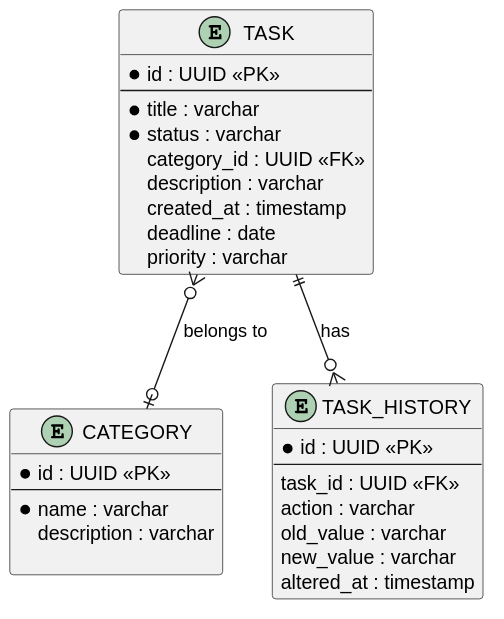
The PlantUML diagram docs/diagrams/images/er-diagram.svg in KeillaV/task-manager-api, before a commit.
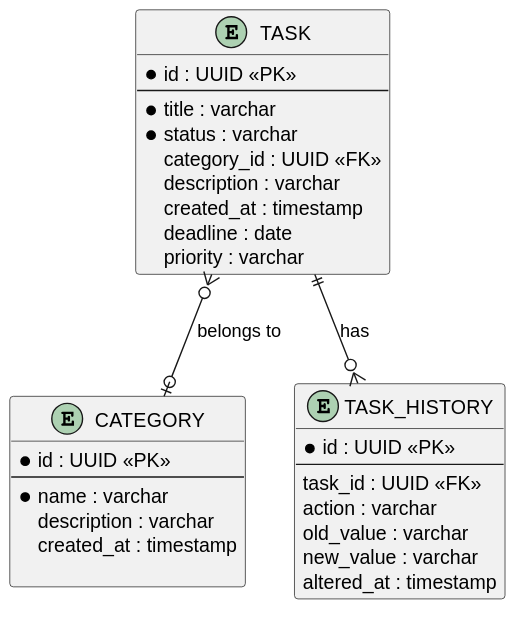
Later version of the same file.

What changed in the source:
```diff
@@ -16,6 +16,7 @@
     --
     * name : varchar
     description : varchar
+    created_at : timestamp
 
 }
 
```
